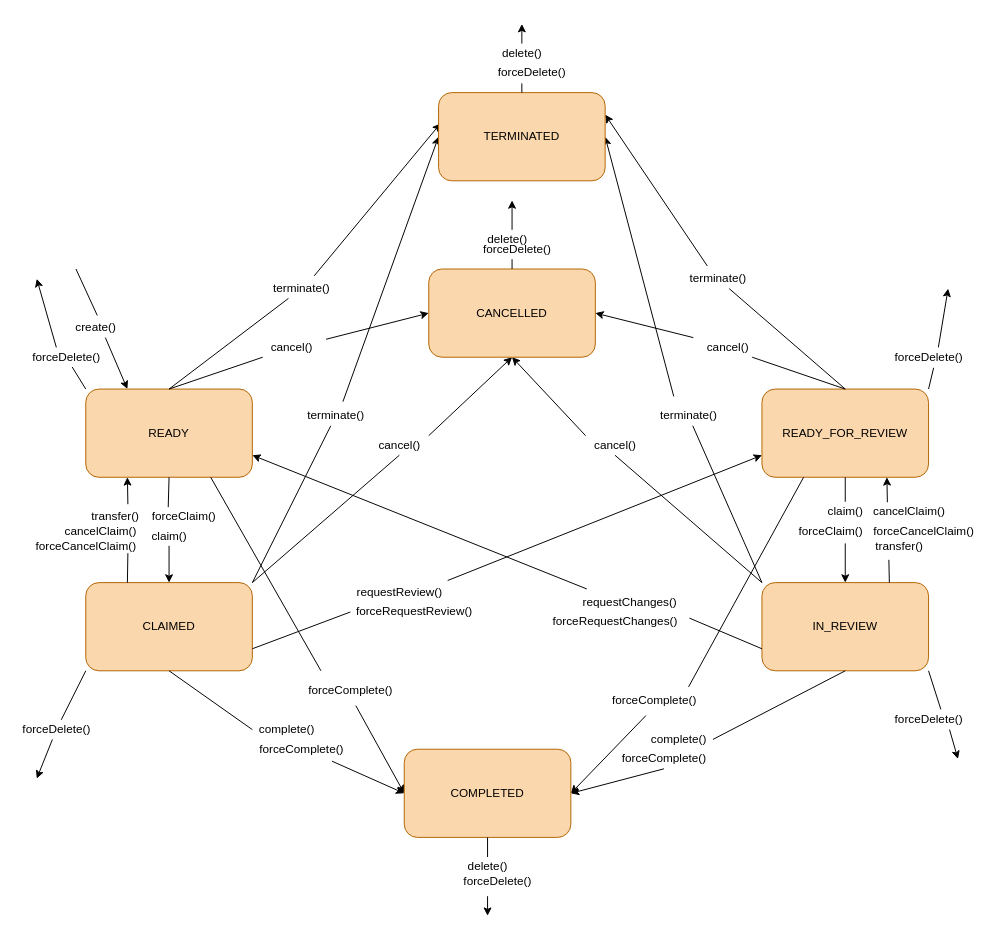
Earlier version of the draw.io diagram new-doc-structure/first-example/docs/user-guide/reference/lifecycle.drawio (ryzheboka/taskana-doc). Source tidied: cells renumbered, new cells numbered last; positions are measured from the earlier drawing's top-left corner, leaving out a move shared by most shapes. Both pictures are drawn from the tidied source at 98%, with x=0, y=0 at pixel (17, 24).
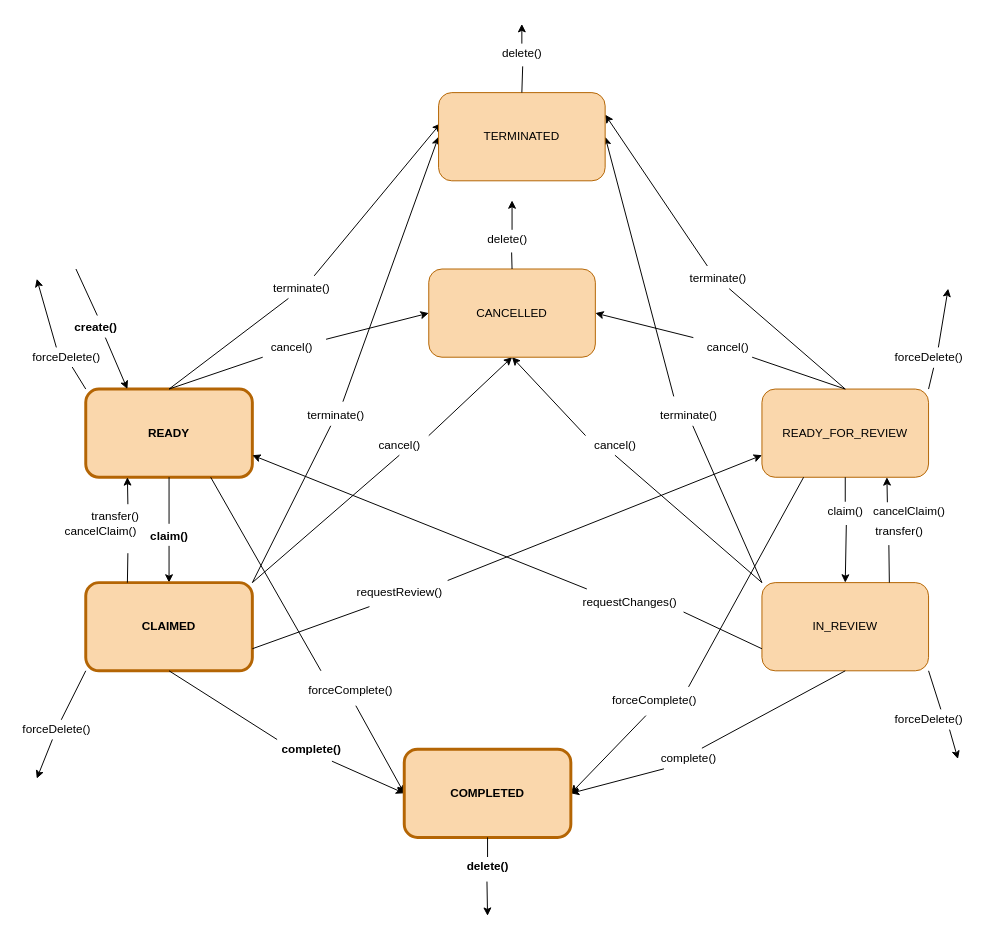
Above is the later version.

Commit message (it also covers changes not shown here):
describe modules, change Task lifecycle

Unchanged cells that the change refers to:
```xml
<mxCell id="30" value="IN_REVIEW" style="rounded=1;whiteSpace=wrap;html=1;fillColor=#fad7ac;strokeColor=#b46504;" parent="1" vertex="1">
  <mxGeometry x="760" y="570" width="170" height="90" as="geometry" />
</mxCell>
<mxCell id="34" value="TERMINATED" style="rounded=1;whiteSpace=wrap;html=1;fillColor=#fad7ac;strokeColor=#b46504;" parent="1" vertex="1">
  <mxGeometry x="430" y="70" width="170" height="90" as="geometry" />
</mxCell>
<mxCell id="36" value="CANCELLED" style="rounded=1;whiteSpace=wrap;html=1;fillColor=#fad7ac;strokeColor=#b46504;" parent="1" vertex="1">
  <mxGeometry x="420" y="250" width="170" height="90" as="geometry" />
</mxCell>
<mxCell id="49" value="requestReview()" style="text;html=1;align=center;verticalAlign=middle;points=[];strokeColor=none;fillColor=none;" parent="1" vertex="1">
  <mxGeometry x="340" y="570" width="100" height="20" as="geometry" />
</mxCell>
<mxCell id="59" value="claim()" style="text;html=1;align=center;verticalAlign=middle;points=[];strokeColor=none;fillColor=none;" parent="1" vertex="1">
  <mxGeometry x="820" y="487.5" width="50" height="20" as="geometry" />
</mxCell>
<mxCell id="92" value="delete()" style="text;html=1;align=center;verticalAlign=middle;points=[];strokeColor=none;fillColor=none;" parent="1" vertex="1">
  <mxGeometry x="470" y="210" width="60" height="20" as="geometry" />
</mxCell>
<mxCell id="93" value="delete()" style="text;html=1;align=center;verticalAlign=middle;points=[];strokeColor=none;fillColor=none;" parent="1" vertex="1">
  <mxGeometry x="485" y="20" width="60" height="20" as="geometry" />
</mxCell>
```

Change to the diagram source:
```diff
@@
-    <mxCell id="2" value="forceCancelClaim()" style="text;html=1;align=center;verticalAlign=middle;strokeColor=none;fillColor=none;" parent="1" vertex="1">
-      <mxGeometry x="865" y="507.5" width="120" height="20" as="geometry" />
-    </mxCell>
     <mxCell id="3" value="transfer()" style="text;html=1;align=center;verticalAlign=middle;points=[];strokeColor=none;fillColor=none;" parent="1" vertex="1">
-      <mxGeometry x="870" y="522.5" width="60" height="20" as="geometry" />
+      <mxGeometry x="870" y="507.5" width="60" height="20" as="geometry" />
     </mxCell>
-    <mxCell id="4" style="edgeStyle=none;html=1;entryX=0.5;entryY=0;entryDx=0;entryDy=0;startArrow=none;" parent="1" edge="1" target="30">
-      <mxGeometry relative="1" as="geometry">
-        <mxPoint x="845" y="530" as="sourcePoint" />
-      </mxGeometry>
+    <mxCell id="4" style="edgeStyle=none;html=1;entryX=0.5;entryY=0;entryDx=0;entryDy=0;startArrow=none;exitX=0.522;exitY=1.186;exitDx=0;exitDy=0;exitPerimeter=0;" parent="1" edge="1" source="59" target="30">
+      <mxGeometry relative="1" as="geometry" />
     </mxCell>
@@
-    <mxCell id="16" value="READY" style="rounded=1;whiteSpace=wrap;html=1;fillColor=#fad7ac;strokeColor=#b46504;" parent="1" vertex="1">
+    <mxCell id="16" value="&lt;b&gt;READY&lt;/b&gt;" style="rounded=1;whiteSpace=wrap;html=1;fillColor=#fad7ac;strokeColor=#b46504;strokeWidth=3;" parent="1" vertex="1">
       <mxGeometry x="70" y="372.5" width="170" height="90" as="geometry" />
     </mxCell>
-    <mxCell id="17" style="edgeStyle=none;html=1;exitX=0.812;exitY=1.109;exitDx=0;exitDy=0;entryX=0;entryY=0.5;entryDx=0;entryDy=0;startArrow=none;exitPerimeter=0;" parent="1" edge="1" source="38" target="32">
-      <mxGeometry relative="1" as="geometry" />
+    <mxCell id="17" style="edgeStyle=none;html=1;exitX=0.812;exitY=1.109;exitDx=0;exitDy=0;entryX=0;entryY=0.5;entryDx=0;entryDy=0;startArrow=none;exitPerimeter=0;" parent="1" edge="1" target="32">
+      <mxGeometry relative="1" as="geometry">
+        <mxPoint x="321.2" y="752.2" as="sourcePoint" />
+      </mxGeometry>
     </mxCell>
@@
-    <mxCell id="23" value="CLAIMED" style="rounded=1;whiteSpace=wrap;html=1;fillColor=#fad7ac;strokeColor=#b46504;" parent="1" vertex="1">
+    <mxCell id="23" value="&lt;b&gt;CLAIMED&lt;/b&gt;" style="rounded=1;whiteSpace=wrap;html=1;fillColor=#fad7ac;strokeColor=#b46504;strokeWidth=3;" parent="1" vertex="1">
       <mxGeometry x="70" y="570" width="170" height="90" as="geometry" />
     </mxCell>
-    <mxCell id="24" style="edgeStyle=none;html=1;exitX=0.5;exitY=1;exitDx=0;exitDy=0;entryX=1;entryY=0.5;entryDx=0;entryDy=0;startArrow=none;" parent="1" edge="1" source="51" target="32">
-      <mxGeometry relative="1" as="geometry" />
+    <mxCell id="24" style="edgeStyle=none;html=1;exitX=0.5;exitY=1;exitDx=0;exitDy=0;entryX=1;entryY=0.5;entryDx=0;entryDy=0;startArrow=none;" parent="1" edge="1" target="32">
+      <mxGeometry relative="1" as="geometry">
+        <mxPoint x="660" y="760" as="sourcePoint" />
+      </mxGeometry>
     </mxCell>
@@
-    <mxCell id="31" style="edgeStyle=none;html=1;startArrow=none;startFill=0;endArrow=classic;endFill=1;" parent="1" edge="1">
+    <mxCell id="31" style="edgeStyle=none;html=1;startArrow=none;startFill=0;endArrow=classic;endFill=1;exitX=0.49;exitY=1.253;exitDx=0;exitDy=0;exitPerimeter=0;" parent="1" edge="1" source="83">
       <mxGeometry relative="1" as="geometry">
-        <mxPoint x="480" y="890" as="sourcePoint" />
         <mxPoint x="480" y="910" as="targetPoint" />
       </mxGeometry>
     </mxCell>
-    <mxCell id="32" value="COMPLETED" style="rounded=1;whiteSpace=wrap;html=1;fillColor=#fad7ac;strokeColor=#b46504;" parent="1" vertex="1">
+    <mxCell id="32" value="&lt;b&gt;COMPLETED&lt;/b&gt;" style="rounded=1;whiteSpace=wrap;html=1;fillColor=#fad7ac;strokeColor=#b46504;strokeWidth=3;" parent="1" vertex="1">
       <mxGeometry x="395" y="740" width="170" height="90" as="geometry" />
     </mxCell>
@@
-    <mxCell id="37" value="forceClaim()" style="text;html=1;align=center;verticalAlign=middle;points=[];strokeColor=none;fillColor=none;" parent="1" vertex="1">
-      <mxGeometry x="130" y="492.5" width="80" height="20" as="geometry" />
-    </mxCell>
-    <mxCell id="38" value="forceComplete()" style="text;html=1;align=center;verticalAlign=middle;points=[];strokeColor=none;fillColor=none;" parent="1" vertex="1">
-      <mxGeometry x="240" y="730" width="100" height="20" as="geometry" />
-    </mxCell>
-    <mxCell id="39" value="forceRequestReview()" style="text;html=1;align=center;verticalAlign=middle;points=[];strokeColor=none;fillColor=none;" parent="1" vertex="1">
-      <mxGeometry x="340" y="590" width="130" height="20" as="geometry" />
-    </mxCell>
-    <mxCell id="40" value="forceClaim()" style="text;html=1;align=center;verticalAlign=middle;strokeColor=none;fillColor=none;" parent="1" vertex="1">
-      <mxGeometry x="790" y="507.5" width="80" height="20" as="geometry" />
-    </mxCell>
     <mxCell id="41" value="complete()" style="text;html=1;align=center;verticalAlign=middle;points=[];strokeColor=none;fillColor=none;" parent="1" vertex="1">
-      <mxGeometry x="640" y="720" width="70" height="20" as="geometry" />
+      <mxGeometry x="650" y="740" width="70" height="20" as="geometry" />
     </mxCell>
-    <mxCell id="42" value="forceRequestChanges()" style="text;html=1;align=center;verticalAlign=middle;points=[];strokeColor=none;fillColor=none;" parent="1" vertex="1">
-      <mxGeometry x="540" y="600" width="140" height="20" as="geometry" />
-    </mxCell>
@@
-    <mxCell id="44" value="forceCancelClaim()" style="text;html=1;align=center;verticalAlign=middle;strokeColor=none;fillColor=none;" parent="1" vertex="1">
-      <mxGeometry x="10" y="522.5" width="120" height="20" as="geometry" />
-    </mxCell>
@@
-    <mxCell id="48" style="edgeStyle=none;html=1;exitX=0;exitY=0.75;exitDx=0;exitDy=0;entryX=1.043;entryY=0.313;entryDx=0;entryDy=0;endArrow=none;entryPerimeter=0;" parent="1" edge="1" source="30" target="42">
-      <mxGeometry relative="1" as="geometry" />
+    <mxCell id="48" style="edgeStyle=none;html=1;exitX=0;exitY=0.75;exitDx=0;exitDy=0;endArrow=none;" parent="1" edge="1" source="30">
+      <mxGeometry relative="1" as="geometry">
+        <mxPoint x="680" y="600" as="targetPoint" />
+      </mxGeometry>
     </mxCell>
@@
-    <mxCell id="50" style="edgeStyle=none;html=1;exitX=1;exitY=0.75;exitDx=0;exitDy=0;entryX=0;entryY=0.5;entryDx=0;entryDy=0;endArrow=none;entryPerimeter=0;" parent="1" edge="1" source="23" target="39">
+    <mxCell id="50" style="edgeStyle=none;html=1;exitX=1;exitY=0.75;exitDx=0;exitDy=0;entryX=0.195;entryY=1.226;entryDx=0;entryDy=0;endArrow=none;entryPerimeter=0;" parent="1" edge="1" source="23" target="49">
       <mxGeometry relative="1" as="geometry" />
     </mxCell>
-    <mxCell id="51" value="forceComplete()" style="text;html=1;align=center;verticalAlign=middle;points=[];strokeColor=none;fillColor=none;" parent="1" vertex="1">
-      <mxGeometry x="610" y="740" width="100" height="20" as="geometry" />
-    </mxCell>
-    <mxCell id="52" style="edgeStyle=none;html=1;exitX=0.5;exitY=1;exitDx=0;exitDy=0;endArrow=none;" parent="1" edge="1" source="30">
-      <mxGeometry relative="1" as="geometry">
-        <mxPoint x="710" y="730" as="targetPoint" />
-      </mxGeometry>
+    <mxCell id="52" style="edgeStyle=none;html=1;exitX=0.5;exitY=1;exitDx=0;exitDy=0;endArrow=none;entryX=0.696;entryY=-0.051;entryDx=0;entryDy=0;entryPerimeter=0;" parent="1" edge="1" source="30" target="41">
+      <mxGeometry relative="1" as="geometry" />
     </mxCell>
-    <mxCell id="53" value="complete()" style="text;html=1;align=center;verticalAlign=middle;points=[];strokeColor=none;fillColor=none;" parent="1" vertex="1">
-      <mxGeometry x="240" y="710" width="70" height="20" as="geometry" />
+    <mxCell id="53" value="complete()" style="text;html=1;align=center;verticalAlign=middle;points=[];strokeColor=none;fillColor=none;fontStyle=1;" parent="1" vertex="1">
+      <mxGeometry x="260" y="730" width="80" height="20" as="geometry" />
     </mxCell>
-    <mxCell id="54" style="edgeStyle=none;html=1;exitX=0.5;exitY=1;exitDx=0;exitDy=0;entryX=0;entryY=0.5;entryDx=0;entryDy=0;endArrow=none;" parent="1" edge="1" source="23" target="53">
+    <mxCell id="54" style="edgeStyle=none;html=1;exitX=0.5;exitY=1;exitDx=0;exitDy=0;entryX=0.066;entryY=0.005;entryDx=0;entryDy=0;endArrow=none;entryPerimeter=0;" parent="1" edge="1" source="23" target="53">
       <mxGeometry relative="1" as="geometry" />
     </mxCell>
@@
-    <mxCell id="57" value="claim()" style="text;html=1;align=center;verticalAlign=middle;points=[];strokeColor=none;fillColor=none;" parent="1" vertex="1">
+    <mxCell id="57" value="claim()" style="text;html=1;align=center;verticalAlign=middle;points=[];strokeColor=none;fillColor=none;fontStyle=1;" parent="1" vertex="1">
       <mxGeometry x="130" y="512.5" width="50" height="20" as="geometry" />
     </mxCell>
-    <mxCell id="58" style="edgeStyle=none;html=1;exitX=0.5;exitY=1;exitDx=0;exitDy=0;endArrow=none;entryX=0.302;entryY=0.024;entryDx=0;entryDy=0;entryPerimeter=0;" parent="1" edge="1" source="16" target="37">
-      <mxGeometry relative="1" as="geometry" />
+    <mxCell id="58" style="edgeStyle=none;html=1;exitX=0.5;exitY=1;exitDx=0;exitDy=0;endArrow=none;" parent="1" edge="1" source="16">
+      <mxGeometry relative="1" as="geometry">
+        <mxPoint x="155" y="510" as="targetPoint" />
+      </mxGeometry>
     </mxCell>
@@
-    <mxCell id="77" value="create()" style="text;html=1;align=center;verticalAlign=middle;points=[];strokeColor=none;fillColor=none;" parent="1" vertex="1">
+    <mxCell id="77" value="create()" style="text;html=1;align=center;verticalAlign=middle;points=[];strokeColor=none;fillColor=none;fontStyle=1;" parent="1" vertex="1">
       <mxGeometry x="50" y="300" width="60" height="20" as="geometry" />
     </mxCell>
@@
-    <mxCell id="83" value="delete()" style="text;html=1;align=center;verticalAlign=middle;points=[];strokeColor=none;fillColor=none;" parent="1" vertex="1">
+    <mxCell id="83" value="delete()" style="text;html=1;align=center;verticalAlign=middle;points=[];strokeColor=none;fillColor=none;fontStyle=1;" parent="1" vertex="1">
       <mxGeometry x="450" y="850" width="60" height="20" as="geometry" />
     </mxCell>
@@
-    <mxCell id="85" value="forceDelete()" style="text;html=1;align=center;verticalAlign=middle;strokeColor=none;fillColor=none;" parent="1" vertex="1">
-      <mxGeometry x="450" y="865" width="80" height="20" as="geometry" />
-    </mxCell>
@@
-    <mxCell id="90" value="forceDelete()" style="text;html=1;align=center;verticalAlign=middle;strokeColor=none;fillColor=none;" parent="1" vertex="1">
-      <mxGeometry x="470" y="220" width="80" height="20" as="geometry" />
-    </mxCell>
-    <mxCell id="91" style="edgeStyle=none;html=1;exitX=0.5;exitY=0;exitDx=0;exitDy=0;startArrow=none;startFill=0;endArrow=none;endFill=1;" parent="1" edge="1" source="36">
-      <mxGeometry relative="1" as="geometry">
-        <mxPoint x="505" y="240" as="targetPoint" />
-      </mxGeometry>
+    <mxCell id="91" style="edgeStyle=none;html=1;exitX=0.5;exitY=0;exitDx=0;exitDy=0;startArrow=none;startFill=0;endArrow=none;endFill=1;entryX=0.576;entryY=1.156;entryDx=0;entryDy=0;entryPerimeter=0;" parent="1" edge="1" source="36" target="92">
+      <mxGeometry relative="1" as="geometry" />
     </mxCell>
@@
-    <mxCell id="94" style="edgeStyle=none;html=1;exitX=0.5;exitY=0;exitDx=0;exitDy=0;startArrow=none;startFill=0;endArrow=none;endFill=1;entryX=0.375;entryY=1.029;entryDx=0;entryDy=0;entryPerimeter=0;" parent="1" edge="1" source="34" target="95">
+    <mxCell id="94" style="edgeStyle=none;html=1;exitX=0.5;exitY=0;exitDx=0;exitDy=0;startArrow=none;startFill=0;endArrow=none;endFill=1;entryX=0.514;entryY=1.161;entryDx=0;entryDy=0;entryPerimeter=0;" parent="1" edge="1" source="34" target="93">
       <mxGeometry relative="1" as="geometry" />
     </mxCell>
-    <mxCell id="95" value="forceDelete()" style="text;html=1;align=center;verticalAlign=middle;points=[];strokeColor=none;fillColor=none;" parent="1" vertex="1">
-      <mxGeometry x="485" y="40" width="80" height="20" as="geometry" />
-    </mxCell>
```
